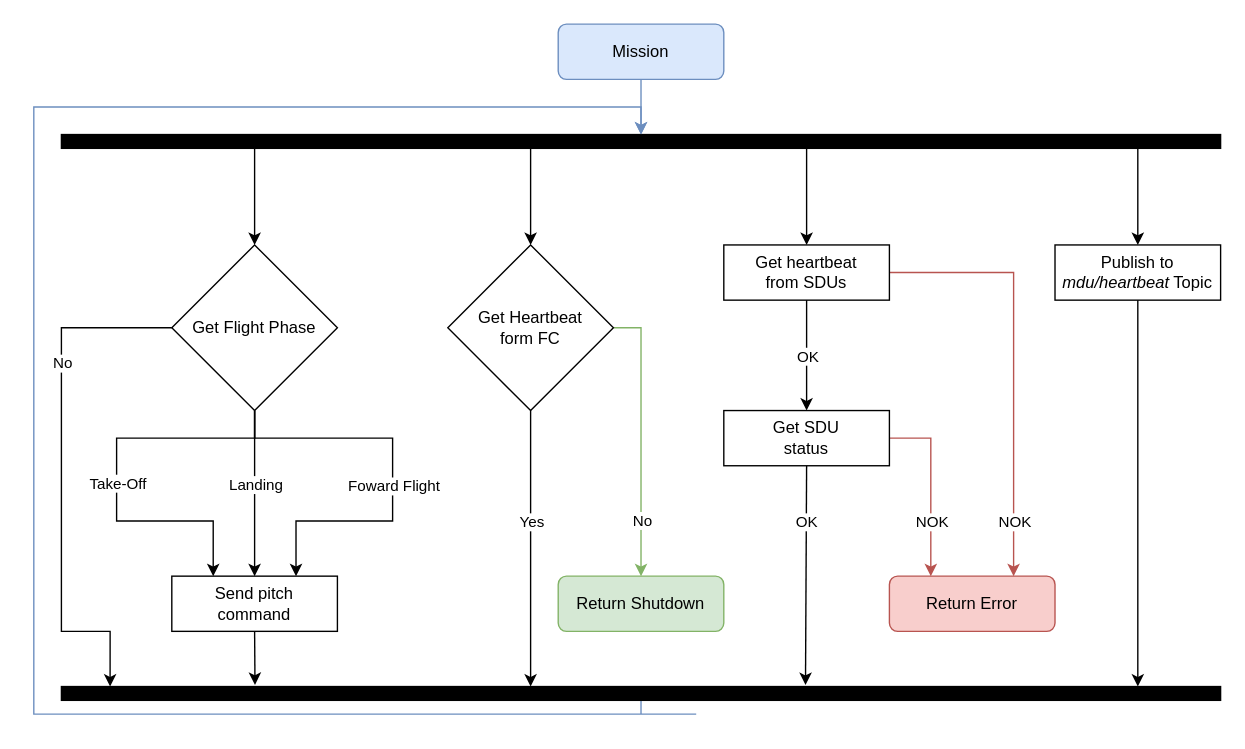
This is page "MDU_MISSION" (4 of 10) of MESCC/2nd_year/2nd_semester/system_diagram.drawio from carlosrijo9/ISEP, a draw.io file, before an edit. Source tidied: cells renumbered, new cells numbered last; positions are measured from the earlier drawing's top-left corner, leaving out a move shared by most shapes. Both pictures are drawn from the tidied source at 138%, with x=0, y=0 at pixel (33, 23).
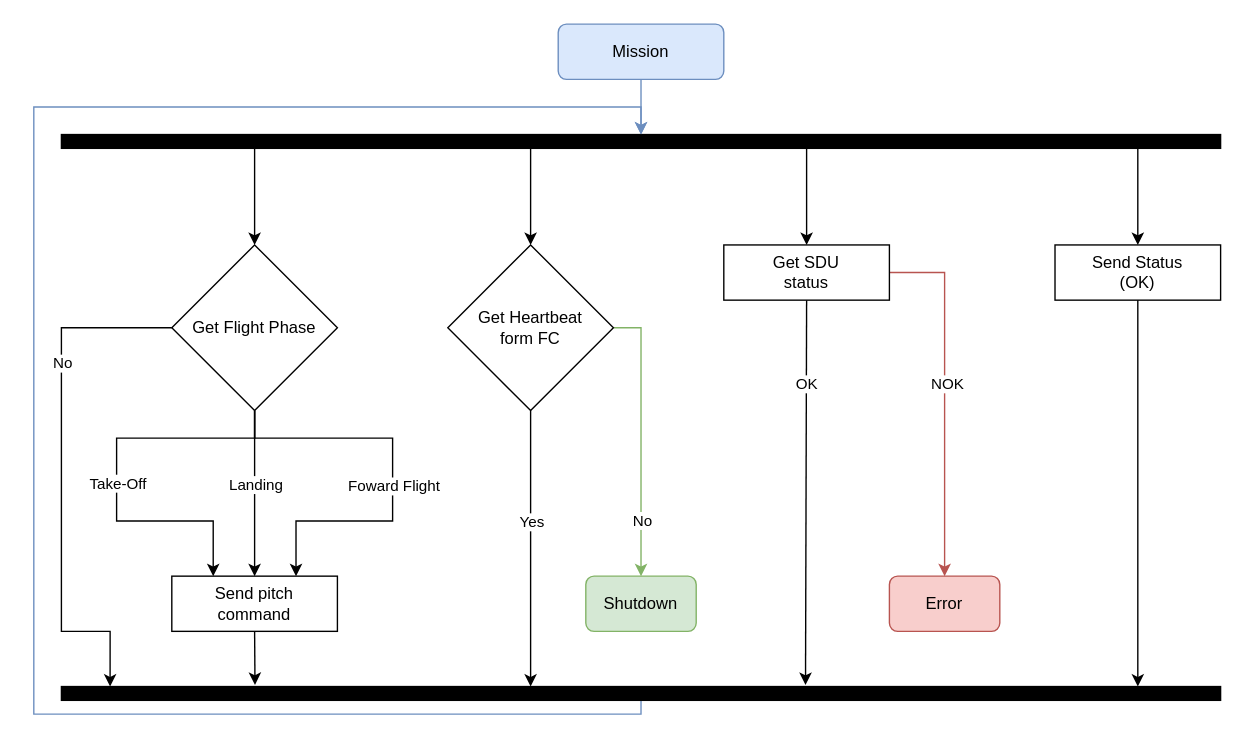
The same diagram, later.

Unchanged cells that the change refers to:
```xml
<mxCell id="17" style="rounded=0;whiteSpace=wrap;html=1;fillColor=#000000;points=[[0,0,0,0,0],[0,0.25,0,0,0],[0,0.5,0,0,0],[0.2,1,0,0,0],[0.25,0,0,0,0],[0.4,1,0,0,0],[0.5,0,0,0,0],[0.6,1,0,0,0],[0.75,0,0,0,0],[0.8,1,0,0,0],[1,0,0,0,0],[1,0.25,0,0,0],[1,0.5,0,0,0]];" parent="1" vertex="1">
  <mxGeometry x="20" y="80" width="840" height="10" as="geometry" />
</mxCell>
<mxCell id="19" style="rounded=0;whiteSpace=wrap;html=1;fillColor=#000000;points=[[0.2,0,0,0,0],[0.4,0,0,0,0],[0.6,0,0,0,0],[0.8,0,0,0,0]];" parent="1" vertex="1">
  <mxGeometry x="20" y="480" width="840" height="10" as="geometry" />
</mxCell>
<mxCell id="22" style="rounded=0;jettySize=auto;html=1;exitX=0.5;exitY=1;exitDx=0;exitDy=0;entryX=0.673;entryY=-0.109;entryDx=0;entryDy=0;entryPerimeter=0;" parent="1" edge="1" source="37">
  <mxGeometry relative="1" as="geometry">
    <mxPoint x="559.2" y="478.9" as="targetPoint" />
  </mxGeometry>
</mxCell>
```

The edit, as a diff of the source:
```diff
@@
-    <mxCell id="14" style="edgeStyle=orthogonalEdgeStyle;rounded=0;jettySize=auto;html=1;exitX=0.6;exitY=1;exitDx=0;exitDy=0;entryX=0.5;entryY=0;entryDx=0;entryDy=0;exitPerimeter=0;" parent="1" edge="1" target="32">
+    <mxCell id="14" style="edgeStyle=orthogonalEdgeStyle;rounded=0;jettySize=auto;html=1;exitX=0.6;exitY=1;exitDx=0;exitDy=0;entryX=0.5;entryY=0;entryDx=0;entryDy=0;exitPerimeter=0;" parent="1" edge="1" target="37">
       <mxGeometry relative="1" as="geometry">
         <mxPoint x="530" y="90" as="sourcePoint" />
         <Array as="points">
           <mxPoint x="560" y="90" />
         </Array>
       </mxGeometry>
     </mxCell>
@@
     <mxCell id="18" style="edgeStyle=orthogonalEdgeStyle;rounded=0;jettySize=auto;html=1;exitX=0.5;exitY=1;exitDx=0;exitDy=0;entryX=0.5;entryY=0;entryDx=0;entryDy=0;strokeColor=#6C8EBF;" parent="1" edge="1" source="19" target="17">
       <mxGeometry relative="1" as="geometry">
         <Array as="points">
-          <mxPoint x="480" y="500" />
+          <mxPoint x="440" y="500" />
           <mxPoint y="500" />
           <mxPoint y="60" />
-          <mxPoint x="480" y="60" />
+          <mxPoint x="440" y="60" />
         </Array>
       </mxGeometry>
     </mxCell>
@@
-    <mxCell id="20" style="edgeStyle=orthogonalEdgeStyle;rounded=0;jettySize=auto;html=1;exitX=1;exitY=0.5;exitDx=0;exitDy=0;entryX=0.75;entryY=0;entryDx=0;entryDy=0;fillColor=#f8cecc;strokeColor=#b85450;" parent="1" edge="1" source="32" target="31">
-      <mxGeometry relative="1" as="geometry" />
-    </mxCell>
-    <mxCell id="21" value="NOK" style="edgeLabel;html=1;align=center;verticalAlign=middle;" parent="20" vertex="1">
-      <mxGeometry x="-0.25" y="1" relative="1" as="geometry">
-        <mxPoint x="-1" y="154" as="offset" />
-      </mxGeometry>
-    </mxCell>
@@
     <mxCell id="23" value="OK" style="edgeLabel;html=1;align=center;verticalAlign=middle;" parent="22" vertex="1">
       <mxGeometry x="-0.59" y="3" relative="1" as="geometry">
-        <mxPoint x="-3" y="7" as="offset" />
+        <mxPoint x="-3" y="3" as="offset" />
       </mxGeometry>
     </mxCell>
@@
-    <mxCell id="30" value="Return Shutdown" style="rounded=1;whiteSpace=wrap;html=1;fillColor=#d5e8d4;strokeColor=#82b366;" parent="1" vertex="1">
-      <mxGeometry x="380" y="400" width="120" height="40" as="geometry" />
+    <mxCell id="30" value="Shutdown" style="rounded=1;whiteSpace=wrap;html=1;fillColor=#d5e8d4;strokeColor=#82b366;" parent="1" vertex="1">
+      <mxGeometry x="400" y="400" width="80" height="40" as="geometry" />
     </mxCell>
-    <mxCell id="31" value="Return Error" style="rounded=1;whiteSpace=wrap;html=1;fillColor=#f8cecc;strokeColor=#b85450;" parent="1" vertex="1">
-      <mxGeometry x="620" y="400" width="120" height="40" as="geometry" />
+    <mxCell id="31" value="Error" style="rounded=1;whiteSpace=wrap;html=1;fillColor=#f8cecc;strokeColor=#b85450;" parent="1" vertex="1">
+      <mxGeometry x="620" y="400" width="80" height="40" as="geometry" />
     </mxCell>
-    <mxCell id="32" value="Get heartbeat&lt;div&gt;from SDUs&lt;/div&gt;" style="rounded=0;whiteSpace=wrap;html=1;" parent="1" vertex="1">
-      <mxGeometry x="500" y="160" width="120" height="40" as="geometry" />
-    </mxCell>
-    <mxCell id="33" style="edgeStyle=orthogonalEdgeStyle;rounded=0;jettySize=auto;html=1;entryX=0.5;entryY=0;entryDx=0;entryDy=0;exitX=0.5;exitY=1;exitDx=0;exitDy=0;" parent="1" edge="1" source="32" target="37">
-      <mxGeometry relative="1" as="geometry" />
-    </mxCell>
-    <mxCell id="34" value="OK" style="edgeLabel;html=1;align=center;verticalAlign=middle;" parent="33" vertex="1">
-      <mxGeometry x="-0.47" y="1" relative="1" as="geometry">
-        <mxPoint x="-1" y="19" as="offset" />
-      </mxGeometry>
-    </mxCell>
-    <mxCell id="35" style="edgeStyle=orthogonalEdgeStyle;rounded=0;jettySize=auto;html=1;exitX=1;exitY=0.5;exitDx=0;exitDy=0;entryX=0.25;entryY=0;entryDx=0;entryDy=0;fillColor=#f8cecc;strokeColor=#b85450;" parent="1" edge="1" source="37" target="31">
+    <mxCell id="35" style="edgeStyle=orthogonalEdgeStyle;rounded=0;jettySize=auto;html=1;exitX=1;exitY=0.5;exitDx=0;exitDy=0;entryX=0.5;entryY=0;entryDx=0;entryDy=0;fillColor=#f8cecc;strokeColor=#b85450;" parent="1" edge="1" source="37" target="31">
       <mxGeometry relative="1" as="geometry" />
     </mxCell>
     <mxCell id="36" value="NOK" style="edgeLabel;html=1;align=center;verticalAlign=middle;" parent="35" vertex="1">
       <mxGeometry x="-0.71" y="-1" relative="1" as="geometry">
-        <mxPoint x="11" y="59" as="offset" />
+        <mxPoint x="3" y="79" as="offset" />
       </mxGeometry>
     </mxCell>
     <mxCell id="37" value="Get SDU&lt;div&gt;status&lt;/div&gt;" style="rounded=0;whiteSpace=wrap;html=1;" parent="1" vertex="1">
-      <mxGeometry x="500" y="280" width="120" height="40" as="geometry" />
+      <mxGeometry x="500" y="160" width="120" height="40" as="geometry" />
     </mxCell>
-    <mxCell id="38" value="Publish to &lt;i&gt;mdu/heartbeat&lt;/i&gt; Topic" style="rounded=0;whiteSpace=wrap;html=1;" parent="1" vertex="1">
+    <mxCell id="38" value="Send&amp;nbsp;Status&lt;br&gt;(OK)" style="rounded=0;whiteSpace=wrap;html=1;" parent="1" vertex="1">
       <mxGeometry x="740" y="160" width="120" height="40" as="geometry" />
     </mxCell>
```
